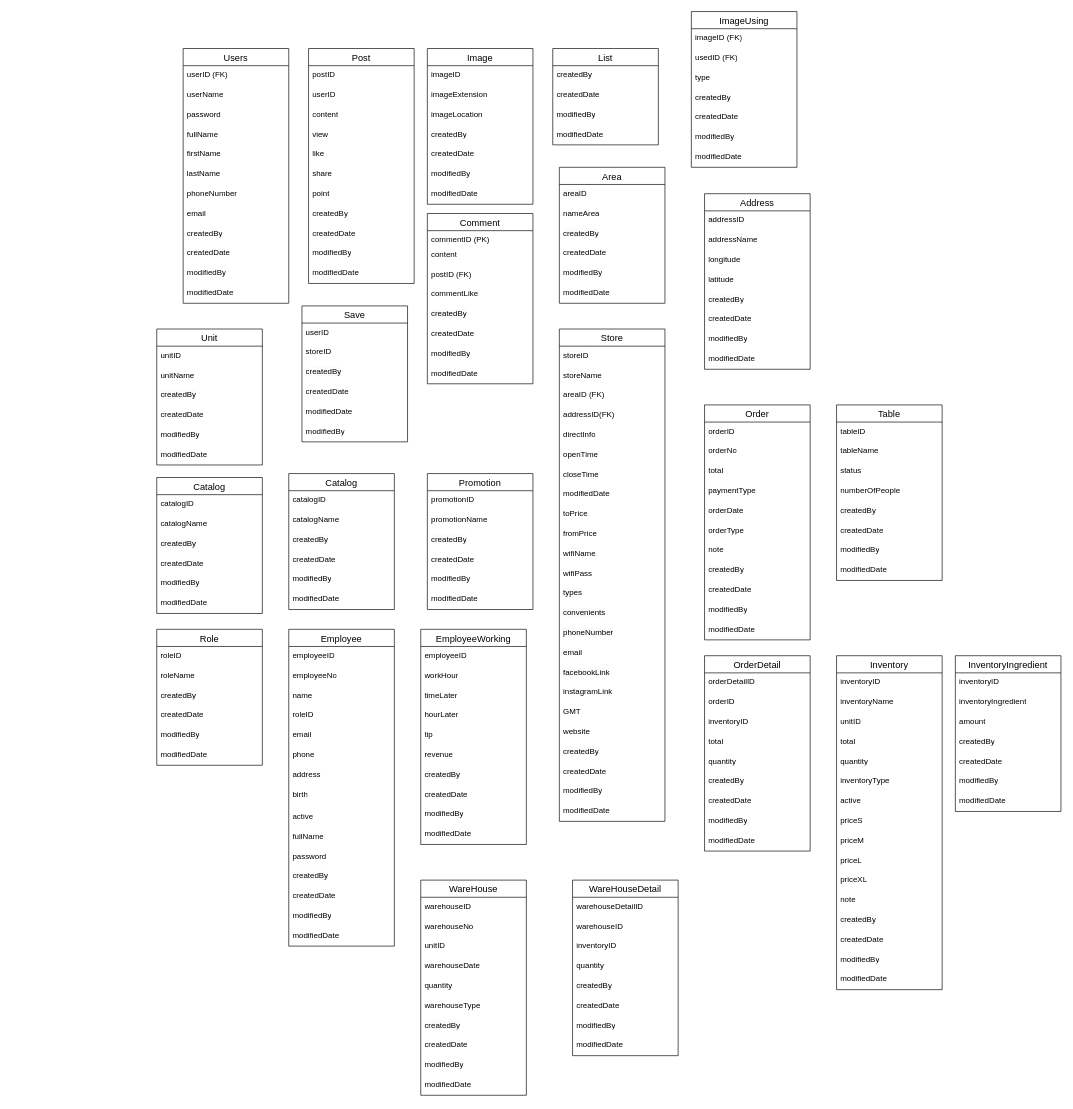
MajinBuuNe-Ahihi/DATN keeps this draw.io diagram as Documentations/Database.drawio. Above is the earlier version. Source tidied: cells renumbered, new cells numbered last; positions are measured from the earlier drawing's top-left corner, leaving out a move shared by most shapes. Both pictures are drawn from the tidied source at 66%, with x=0, y=0 at pixel (156, 11).
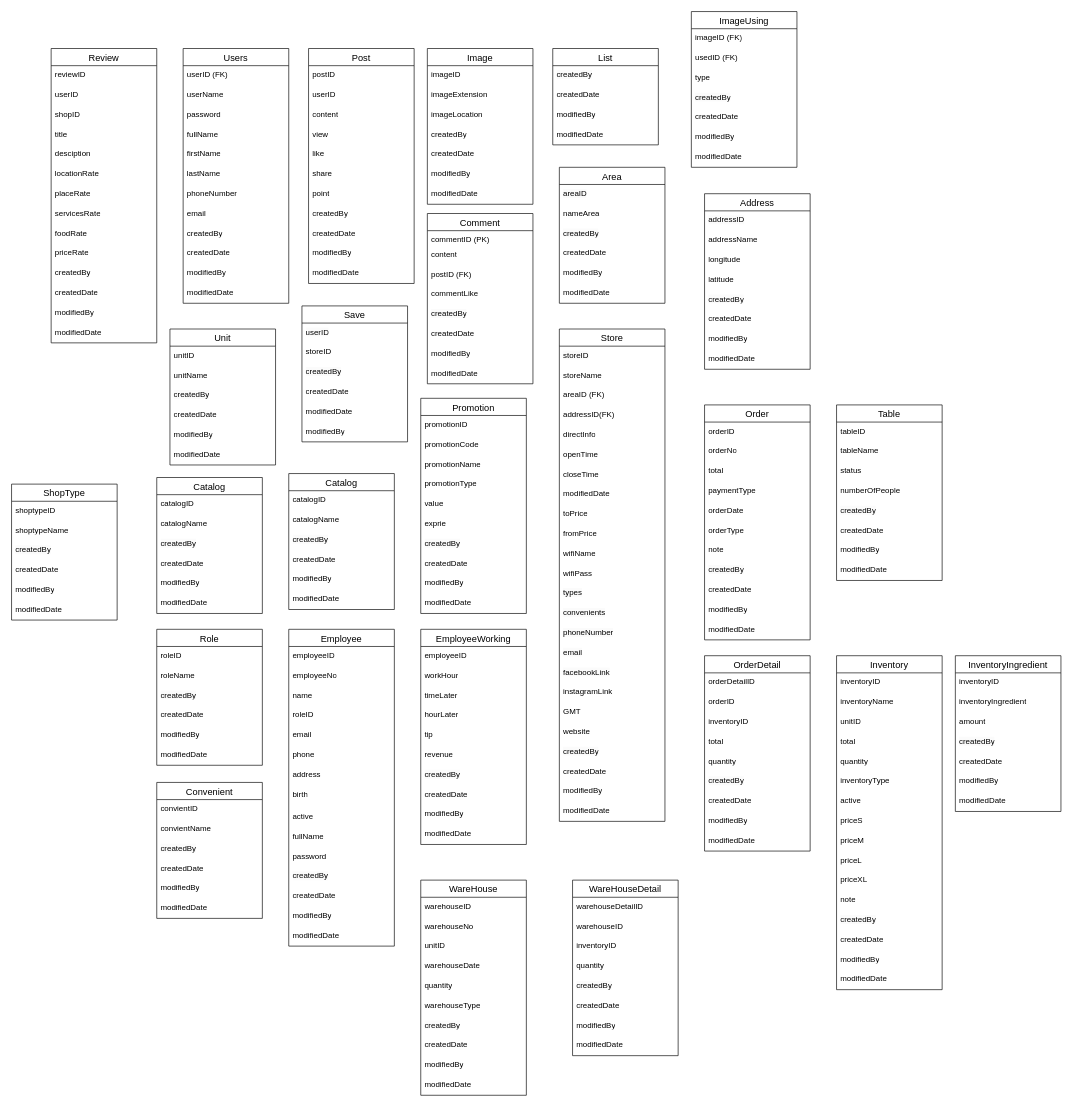
After the change.

Change to the diagram source:
```diff
@@
     <mxCell id="105" value="Unit" style="swimlane;fontStyle=0;horizontal=1;startSize=26;align=center;fontSize=14;" parent="1" vertex="1">
-      <mxGeometry y="481" width="160" height="206" as="geometry" />
+      <mxGeometry x="20" y="481" width="160" height="206" as="geometry" />
     </mxCell>
@@
     <mxCell id="126" value="Promotion" style="swimlane;fontStyle=0;horizontal=1;startSize=26;align=center;fontSize=14;" parent="1" vertex="1">
-      <mxGeometry x="410" y="700" width="160" height="206" as="geometry" />
+      <mxGeometry x="400" y="586" width="160" height="326" as="geometry" />
     </mxCell>
@@
+    <mxCell id="243" value="promotionCode" style="text;strokeColor=none;fillColor=none;spacingLeft=4;spacingRight=4;overflow=hidden;fontSize=12;whiteSpace=wrap;html=1;" parent="126" vertex="1">
+      <mxGeometry y="56" width="160" height="30" as="geometry" />
+    </mxCell>
     <mxCell id="128" value="promotionName&lt;div&gt;&lt;br&gt;&lt;/div&gt;" style="text;strokeColor=none;fillColor=none;spacingLeft=4;spacingRight=4;overflow=hidden;fontSize=12;whiteSpace=wrap;html=1;" parent="126" vertex="1">
-      <mxGeometry y="56" width="160" height="30" as="geometry" />
+      <mxGeometry y="86" width="160" height="30" as="geometry" />
     </mxCell>
+    <mxCell id="244" value="promotionType" style="text;strokeColor=none;fillColor=none;spacingLeft=4;spacingRight=4;overflow=hidden;fontSize=12;whiteSpace=wrap;html=1;" parent="126" vertex="1">
+      <mxGeometry y="116" width="160" height="30" as="geometry" />
+    </mxCell>
+    <mxCell id="245" value="value" style="text;strokeColor=none;fillColor=none;spacingLeft=4;spacingRight=4;overflow=hidden;fontSize=12;whiteSpace=wrap;html=1;" parent="126" vertex="1">
+      <mxGeometry y="146" width="160" height="30" as="geometry" />
+    </mxCell>
+    <mxCell id="246" value="exprie" style="text;strokeColor=none;fillColor=none;spacingLeft=4;spacingRight=4;overflow=hidden;fontSize=12;whiteSpace=wrap;html=1;" parent="126" vertex="1">
+      <mxGeometry y="176" width="160" height="30" as="geometry" />
+    </mxCell>
     <mxCell id="129" value="&lt;span style=&quot;color: rgb(0, 0, 0); font-family: Helvetica; font-size: 12px; font-style: normal; font-variant-ligatures: normal; font-variant-caps: normal; font-weight: 400; letter-spacing: normal; orphans: 2; text-align: left; text-indent: 0px; text-transform: none; white-space: normal; widows: 2; word-spacing: 0px; -webkit-text-stroke-width: 0px; background-color: rgb(251, 251, 251); text-decoration-thickness: initial; text-decoration-style: initial; text-decoration-color: initial; display: inline !important; float: none;&quot;&gt;createdBy&lt;/span&gt;" style="text;strokeColor=none;fillColor=none;spacingLeft=4;spacingRight=4;overflow=hidden;fontSize=12;whiteSpace=wrap;html=1;" parent="126" vertex="1">
-      <mxGeometry y="86" width="160" height="30" as="geometry" />
+      <mxGeometry y="206" width="160" height="30" as="geometry" />
     </mxCell>
     <mxCell id="130" value="createdDate" style="text;strokeColor=none;fillColor=none;spacingLeft=4;spacingRight=4;overflow=hidden;fontSize=12;whiteSpace=wrap;html=1;" parent="126" vertex="1">
-      <mxGeometry y="116" width="160" height="30" as="geometry" />
+      <mxGeometry y="236" width="160" height="30" as="geometry" />
     </mxCell>
     <mxCell id="131" value="modifiedBy" style="text;strokeColor=none;fillColor=none;spacingLeft=4;spacingRight=4;overflow=hidden;fontSize=12;whiteSpace=wrap;html=1;" parent="126" vertex="1">
-      <mxGeometry y="146" width="160" height="30" as="geometry" />
+      <mxGeometry y="266" width="160" height="30" as="geometry" />
     </mxCell>
     <mxCell id="132" value="modifiedDate" style="text;strokeColor=none;fillColor=none;spacingLeft=4;spacingRight=4;overflow=hidden;fontSize=12;whiteSpace=wrap;html=1;" parent="126" vertex="1">
-      <mxGeometry y="176" width="160" height="30" as="geometry" />
+      <mxGeometry y="296" width="160" height="30" as="geometry" />
     </mxCell>
@@
+    <mxCell id="247" value="Convenient" style="swimlane;fontStyle=0;horizontal=1;startSize=26;align=center;fontSize=14;" parent="1" vertex="1">
+      <mxGeometry y="1168" width="160" height="206" as="geometry" />
+    </mxCell>
+    <mxCell id="248" value="convientID" style="text;strokeColor=none;fillColor=none;spacingLeft=4;spacingRight=4;overflow=hidden;fontSize=12;whiteSpace=wrap;html=1;" parent="247" vertex="1">
+      <mxGeometry y="26" width="160" height="30" as="geometry" />
+    </mxCell>
+    <mxCell id="249" value="convientName" style="text;strokeColor=none;fillColor=none;spacingLeft=4;spacingRight=4;overflow=hidden;fontSize=12;whiteSpace=wrap;html=1;" parent="247" vertex="1">
+      <mxGeometry y="56" width="160" height="30" as="geometry" />
+    </mxCell>
+    <mxCell id="250" value="&lt;span style=&quot;color: rgb(0, 0, 0); font-family: Helvetica; font-size: 12px; font-style: normal; font-variant-ligatures: normal; font-variant-caps: normal; font-weight: 400; letter-spacing: normal; orphans: 2; text-align: left; text-indent: 0px; text-transform: none; white-space: normal; widows: 2; word-spacing: 0px; -webkit-text-stroke-width: 0px; background-color: rgb(251, 251, 251); text-decoration-thickness: initial; text-decoration-style: initial; text-decoration-color: initial; display: inline !important; float: none;&quot;&gt;createdBy&lt;/span&gt;" style="text;strokeColor=none;fillColor=none;spacingLeft=4;spacingRight=4;overflow=hidden;fontSize=12;whiteSpace=wrap;html=1;" parent="247" vertex="1">
+      <mxGeometry y="86" width="160" height="30" as="geometry" />
+    </mxCell>
+    <mxCell id="251" value="createdDate" style="text;strokeColor=none;fillColor=none;spacingLeft=4;spacingRight=4;overflow=hidden;fontSize=12;whiteSpace=wrap;html=1;" parent="247" vertex="1">
+      <mxGeometry y="116" width="160" height="30" as="geometry" />
+    </mxCell>
+    <mxCell id="252" value="modifiedBy" style="text;strokeColor=none;fillColor=none;spacingLeft=4;spacingRight=4;overflow=hidden;fontSize=12;whiteSpace=wrap;html=1;" parent="247" vertex="1">
+      <mxGeometry y="146" width="160" height="30" as="geometry" />
+    </mxCell>
+    <mxCell id="253" value="modifiedDate" style="text;strokeColor=none;fillColor=none;spacingLeft=4;spacingRight=4;overflow=hidden;fontSize=12;whiteSpace=wrap;html=1;" parent="247" vertex="1">
+      <mxGeometry y="176" width="160" height="30" as="geometry" />
+    </mxCell>
+    <mxCell id="254" value="Review" style="swimlane;fontStyle=0;horizontal=1;startSize=26;align=center;fontSize=14;" parent="1" vertex="1">
+      <mxGeometry x="-160" y="56" width="160" height="446" as="geometry" />
+    </mxCell>
+    <mxCell id="255" value="reviewID" style="text;strokeColor=none;fillColor=none;spacingLeft=4;spacingRight=4;overflow=hidden;fontSize=12;whiteSpace=wrap;html=1;" parent="254" vertex="1">
+      <mxGeometry y="26" width="160" height="30" as="geometry" />
+    </mxCell>
+    <mxCell id="256" value="userID" style="text;strokeColor=none;fillColor=none;spacingLeft=4;spacingRight=4;overflow=hidden;fontSize=12;whiteSpace=wrap;html=1;" parent="254" vertex="1">
+      <mxGeometry y="56" width="160" height="30" as="geometry" />
+    </mxCell>
+    <mxCell id="257" value="shopID" style="text;strokeColor=none;fillColor=none;spacingLeft=4;spacingRight=4;overflow=hidden;fontSize=12;whiteSpace=wrap;html=1;" parent="254" vertex="1">
+      <mxGeometry y="86" width="160" height="30" as="geometry" />
+    </mxCell>
+    <mxCell id="258" value="title" style="text;strokeColor=none;fillColor=none;spacingLeft=4;spacingRight=4;overflow=hidden;fontSize=12;whiteSpace=wrap;html=1;" parent="254" vertex="1">
+      <mxGeometry y="116" width="160" height="30" as="geometry" />
+    </mxCell>
+    <mxCell id="259" value="desciption" style="text;strokeColor=none;fillColor=none;spacingLeft=4;spacingRight=4;overflow=hidden;fontSize=12;whiteSpace=wrap;html=1;" parent="254" vertex="1">
+      <mxGeometry y="146" width="160" height="30" as="geometry" />
+    </mxCell>
+    <mxCell id="260" value="locationRate" style="text;strokeColor=none;fillColor=none;spacingLeft=4;spacingRight=4;overflow=hidden;fontSize=12;whiteSpace=wrap;html=1;" parent="254" vertex="1">
+      <mxGeometry y="176" width="160" height="30" as="geometry" />
+    </mxCell>
+    <mxCell id="261" value="placeRate" style="text;strokeColor=none;fillColor=none;spacingLeft=4;spacingRight=4;overflow=hidden;fontSize=12;whiteSpace=wrap;html=1;" parent="254" vertex="1">
+      <mxGeometry y="206" width="160" height="30" as="geometry" />
+    </mxCell>
+    <mxCell id="262" value="servicesRate" style="text;strokeColor=none;fillColor=none;spacingLeft=4;spacingRight=4;overflow=hidden;fontSize=12;whiteSpace=wrap;html=1;" parent="254" vertex="1">
+      <mxGeometry y="236" width="160" height="30" as="geometry" />
+    </mxCell>
+    <mxCell id="263" value="foodRate" style="text;strokeColor=none;fillColor=none;spacingLeft=4;spacingRight=4;overflow=hidden;fontSize=12;whiteSpace=wrap;html=1;" parent="254" vertex="1">
+      <mxGeometry y="266" width="160" height="30" as="geometry" />
+    </mxCell>
+    <mxCell id="264" value="priceRate" style="text;strokeColor=none;fillColor=none;spacingLeft=4;spacingRight=4;overflow=hidden;fontSize=12;whiteSpace=wrap;html=1;" parent="254" vertex="1">
+      <mxGeometry y="296" width="160" height="30" as="geometry" />
+    </mxCell>
+    <mxCell id="265" value="createdBy" style="text;strokeColor=none;fillColor=none;spacingLeft=4;spacingRight=4;overflow=hidden;fontSize=12;whiteSpace=wrap;html=1;" parent="254" vertex="1">
+      <mxGeometry y="326" width="160" height="30" as="geometry" />
+    </mxCell>
+    <mxCell id="266" value="createdDate" style="text;strokeColor=none;fillColor=none;spacingLeft=4;spacingRight=4;overflow=hidden;fontSize=12;whiteSpace=wrap;html=1;" parent="254" vertex="1">
+      <mxGeometry y="356" width="160" height="30" as="geometry" />
+    </mxCell>
+    <mxCell id="267" value="modifiedBy" style="text;strokeColor=none;fillColor=none;spacingLeft=4;spacingRight=4;overflow=hidden;fontSize=12;whiteSpace=wrap;html=1;" parent="254" vertex="1">
+      <mxGeometry y="386" width="160" height="30" as="geometry" />
+    </mxCell>
+    <mxCell id="268" value="modifiedDate" style="text;strokeColor=none;fillColor=none;spacingLeft=4;spacingRight=4;overflow=hidden;fontSize=12;whiteSpace=wrap;html=1;" parent="254" vertex="1">
+      <mxGeometry y="416" width="160" height="30" as="geometry" />
+    </mxCell>
+    <mxCell id="269" value="ShopType" style="swimlane;fontStyle=0;horizontal=1;startSize=26;align=center;fontSize=14;" parent="1" vertex="1">
+      <mxGeometry x="-220" y="716" width="160" height="206" as="geometry" />
+    </mxCell>
+    <mxCell id="270" value="shoptypeID" style="text;strokeColor=none;fillColor=none;spacingLeft=4;spacingRight=4;overflow=hidden;fontSize=12;whiteSpace=wrap;html=1;" parent="269" vertex="1">
+      <mxGeometry y="26" width="160" height="30" as="geometry" />
+    </mxCell>
+    <mxCell id="271" value="shoptypeName" style="text;strokeColor=none;fillColor=none;spacingLeft=4;spacingRight=4;overflow=hidden;fontSize=12;whiteSpace=wrap;html=1;" parent="269" vertex="1">
+      <mxGeometry y="56" width="160" height="30" as="geometry" />
+    </mxCell>
+    <mxCell id="272" value="&lt;span style=&quot;color: rgb(0, 0, 0); font-family: Helvetica; font-size: 12px; font-style: normal; font-variant-ligatures: normal; font-variant-caps: normal; font-weight: 400; letter-spacing: normal; orphans: 2; text-align: left; text-indent: 0px; text-transform: none; white-space: normal; widows: 2; word-spacing: 0px; -webkit-text-stroke-width: 0px; background-color: rgb(251, 251, 251); text-decoration-thickness: initial; text-decoration-style: initial; text-decoration-color: initial; display: inline !important; float: none;&quot;&gt;createdBy&lt;/span&gt;" style="text;strokeColor=none;fillColor=none;spacingLeft=4;spacingRight=4;overflow=hidden;fontSize=12;whiteSpace=wrap;html=1;" parent="269" vertex="1">
+      <mxGeometry y="86" width="160" height="30" as="geometry" />
+    </mxCell>
+    <mxCell id="273" value="createdDate" style="text;strokeColor=none;fillColor=none;spacingLeft=4;spacingRight=4;overflow=hidden;fontSize=12;whiteSpace=wrap;html=1;" parent="269" vertex="1">
+      <mxGeometry y="116" width="160" height="30" as="geometry" />
+    </mxCell>
+    <mxCell id="274" value="modifiedBy" style="text;strokeColor=none;fillColor=none;spacingLeft=4;spacingRight=4;overflow=hidden;fontSize=12;whiteSpace=wrap;html=1;" parent="269" vertex="1">
+      <mxGeometry y="146" width="160" height="30" as="geometry" />
+    </mxCell>
+    <mxCell id="275" value="modifiedDate" style="text;strokeColor=none;fillColor=none;spacingLeft=4;spacingRight=4;overflow=hidden;fontSize=12;whiteSpace=wrap;html=1;" parent="269" vertex="1">
+      <mxGeometry y="176" width="160" height="30" as="geometry" />
+    </mxCell>
```
